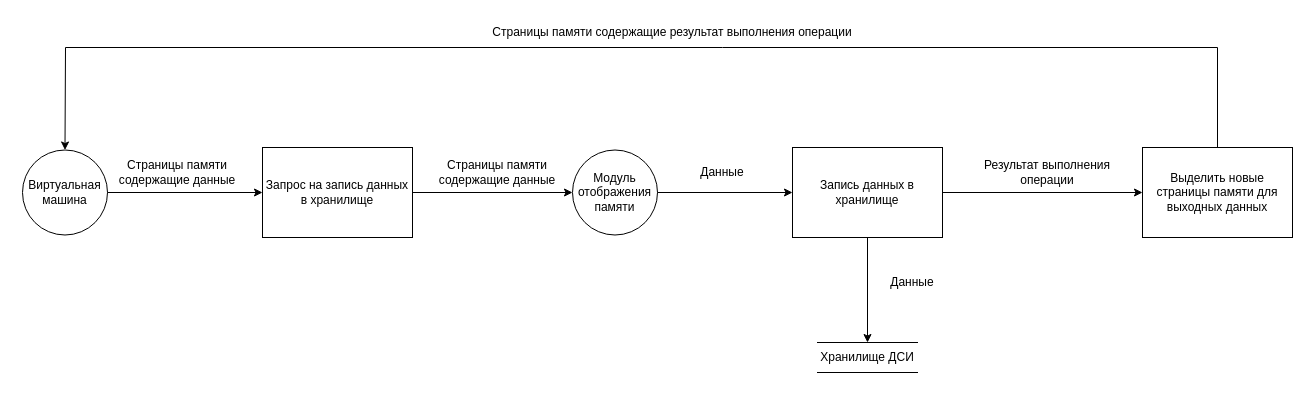
The draw.io diagram docs/drawio/dfd-ciee.drawio in mRrvz/bmstu-masters-diploma, before the edit. Source tidied: cells renumbered, new cells numbered last; positions are measured from the earlier drawing's top-left corner, leaving out a move shared by most shapes. Both pictures are drawn from the tidied source at 100%, with x=0, y=0 at pixel (22, 17).
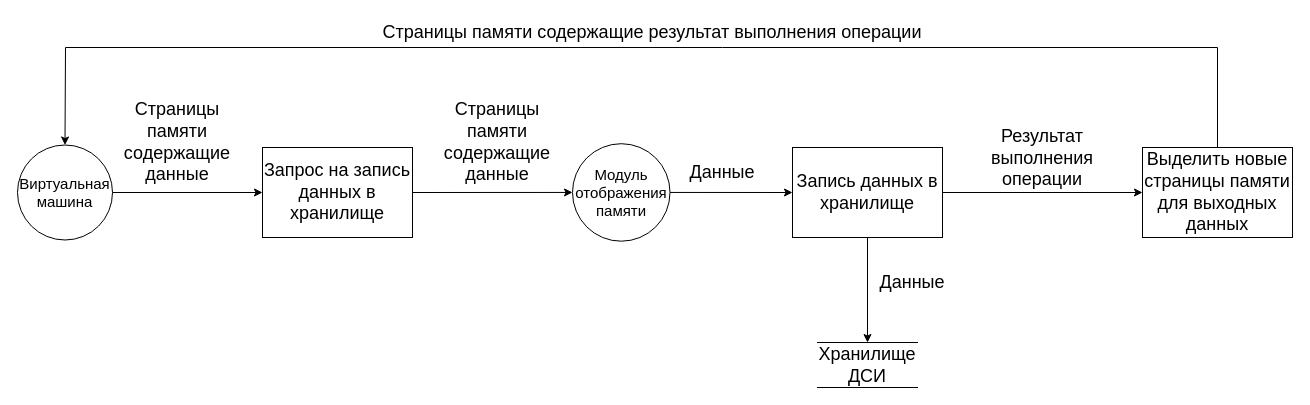
After the change.

Change to the diagram source:
```diff
@@
-    <mxCell id="2" value="Запрос на запись данных в хранилище" style="html=1;dashed=0;whiteSpace=wrap;" parent="1" vertex="1">
+    <mxCell id="2" value="&lt;font style=&quot;font-size: 18px;&quot;&gt;Запрос на запись данных в хранилище&lt;/font&gt;" style="html=1;dashed=0;whiteSpace=wrap;" parent="1" vertex="1">
       <mxGeometry x="240" y="130" width="150" height="90" as="geometry" />
     </mxCell>
-    <mxCell id="3" value="Виртуальная машина" style="shape=ellipse;html=1;dashed=0;whiteSpace=wrap;perimeter=ellipsePerimeter;" parent="1" vertex="1">
-      <mxGeometry y="132.5" width="85" height="85" as="geometry" />
+    <mxCell id="3" value="&lt;font style=&quot;font-size: 15px;&quot;&gt;Виртуальная машина&lt;/font&gt;" style="shape=ellipse;html=1;dashed=0;whiteSpace=wrap;perimeter=ellipsePerimeter;" parent="1" vertex="1">
+      <mxGeometry x="-5" y="127.5" width="95" height="95" as="geometry" />
     </mxCell>
-    <mxCell id="4" value="Хранилище ДСИ" style="html=1;dashed=0;whiteSpace=wrap;shape=partialRectangle;right=0;left=0;" parent="1" vertex="1">
-      <mxGeometry x="795" y="325" width="100" height="30" as="geometry" />
+    <mxCell id="4" value="&lt;font style=&quot;font-size: 18px;&quot;&gt;Хранилище ДСИ&lt;/font&gt;" style="html=1;dashed=0;whiteSpace=wrap;shape=partialRectangle;right=0;left=0;" parent="1" vertex="1">
+      <mxGeometry x="795" y="325" width="100" height="45" as="geometry" />
     </mxCell>
@@
-    <mxCell id="6" value="Модуль&lt;br&gt;отображения памяти" style="shape=ellipse;html=1;dashed=0;whiteSpace=wrap;perimeter=ellipsePerimeter;" parent="1" vertex="1">
-      <mxGeometry x="550" y="132.5" width="85" height="85" as="geometry" />
+    <mxCell id="6" value="&lt;font style=&quot;font-size: 15px;&quot;&gt;Модуль&lt;br&gt;отображения памяти&lt;/font&gt;" style="shape=ellipse;html=1;dashed=0;whiteSpace=wrap;perimeter=ellipsePerimeter;" parent="1" vertex="1">
+      <mxGeometry x="550" y="126.2" width="97.5" height="97.5" as="geometry" />
     </mxCell>
@@
-    <mxCell id="8" value="Страницы памяти содержащие данные" style="text;html=1;align=center;verticalAlign=middle;whiteSpace=wrap;rounded=0;" parent="1" vertex="1">
-      <mxGeometry x="90" y="140" width="130" height="30" as="geometry" />
+    <mxCell id="8" value="&lt;font style=&quot;font-size: 18px;&quot;&gt;Страницы памяти содержащие данные&lt;/font&gt;" style="text;html=1;align=center;verticalAlign=middle;whiteSpace=wrap;rounded=0;" parent="1" vertex="1">
+      <mxGeometry x="90" y="110" width="130" height="30" as="geometry" />
     </mxCell>
-    <mxCell id="9" value="Запись данных в хранилище" style="html=1;dashed=0;whiteSpace=wrap;" parent="1" vertex="1">
+    <mxCell id="9" value="&lt;font style=&quot;font-size: 18px;&quot;&gt;Запись данных в хранилище&lt;/font&gt;" style="html=1;dashed=0;whiteSpace=wrap;" parent="1" vertex="1">
       <mxGeometry x="770" y="130" width="150" height="90" as="geometry" />
     </mxCell>
@@
-    <mxCell id="11" value="Данные" style="text;html=1;align=center;verticalAlign=middle;whiteSpace=wrap;rounded=0;" parent="1" vertex="1">
+    <mxCell id="11" value="&lt;font style=&quot;font-size: 18px;&quot;&gt;Данные&lt;/font&gt;" style="text;html=1;align=center;verticalAlign=middle;whiteSpace=wrap;rounded=0;" parent="1" vertex="1">
       <mxGeometry x="860" y="250" width="60" height="30" as="geometry" />
     </mxCell>
@@
-    <mxCell id="13" value="Данные" style="text;html=1;align=center;verticalAlign=middle;whiteSpace=wrap;rounded=0;" parent="1" vertex="1">
+    <mxCell id="13" value="&lt;font style=&quot;font-size: 18px;&quot;&gt;Данные&lt;/font&gt;" style="text;html=1;align=center;verticalAlign=middle;whiteSpace=wrap;rounded=0;" parent="1" vertex="1">
       <mxGeometry x="670" y="140" width="60" height="30" as="geometry" />
     </mxCell>
@@
-    <mxCell id="15" value="Выделить новые страницы памяти для выходных данных" style="html=1;dashed=0;whiteSpace=wrap;" parent="1" vertex="1">
+    <mxCell id="15" value="&lt;font style=&quot;font-size: 18px;&quot;&gt;Выделить новые страницы памяти для выходных данных&lt;/font&gt;" style="html=1;dashed=0;whiteSpace=wrap;" parent="1" vertex="1">
       <mxGeometry x="1120" y="130" width="150" height="90" as="geometry" />
     </mxCell>
-    <mxCell id="16" value="Результат выполнения операции" style="text;html=1;align=center;verticalAlign=middle;whiteSpace=wrap;rounded=0;" parent="1" vertex="1">
-      <mxGeometry x="940" y="140" width="170" height="30" as="geometry" />
+    <mxCell id="16" value="&lt;font style=&quot;font-size: 18px;&quot;&gt;Результат выполнения операции&lt;/font&gt;" style="text;html=1;align=center;verticalAlign=middle;whiteSpace=wrap;rounded=0;" parent="1" vertex="1">
+      <mxGeometry x="930" y="126.2" width="180" height="30" as="geometry" />
     </mxCell>
@@
-    <mxCell id="18" value="Страницы памяти содержащие результат выполнения операции" style="text;html=1;align=center;verticalAlign=middle;whiteSpace=wrap;rounded=0;" parent="1" vertex="1">
-      <mxGeometry x="430" width="440" height="30" as="geometry" />
+    <mxCell id="18" value="&lt;font style=&quot;font-size: 18px;&quot;&gt;Страницы памяти содержащие результат выполнения операции&lt;/font&gt;" style="text;html=1;align=center;verticalAlign=middle;whiteSpace=wrap;rounded=0;" parent="1" vertex="1">
+      <mxGeometry x="350" width="560" height="30" as="geometry" />
     </mxCell>
-    <mxCell id="19" value="Страницы памяти содержащие данные" style="text;html=1;align=center;verticalAlign=middle;whiteSpace=wrap;rounded=0;" parent="1" vertex="1">
-      <mxGeometry x="410" y="140" width="130" height="30" as="geometry" />
+    <mxCell id="19" value="&lt;font style=&quot;font-size: 18px;&quot;&gt;Страницы памяти содержащие данные&lt;/font&gt;" style="text;html=1;align=center;verticalAlign=middle;whiteSpace=wrap;rounded=0;" parent="1" vertex="1">
+      <mxGeometry x="410" y="110" width="130" height="30" as="geometry" />
     </mxCell>
```
